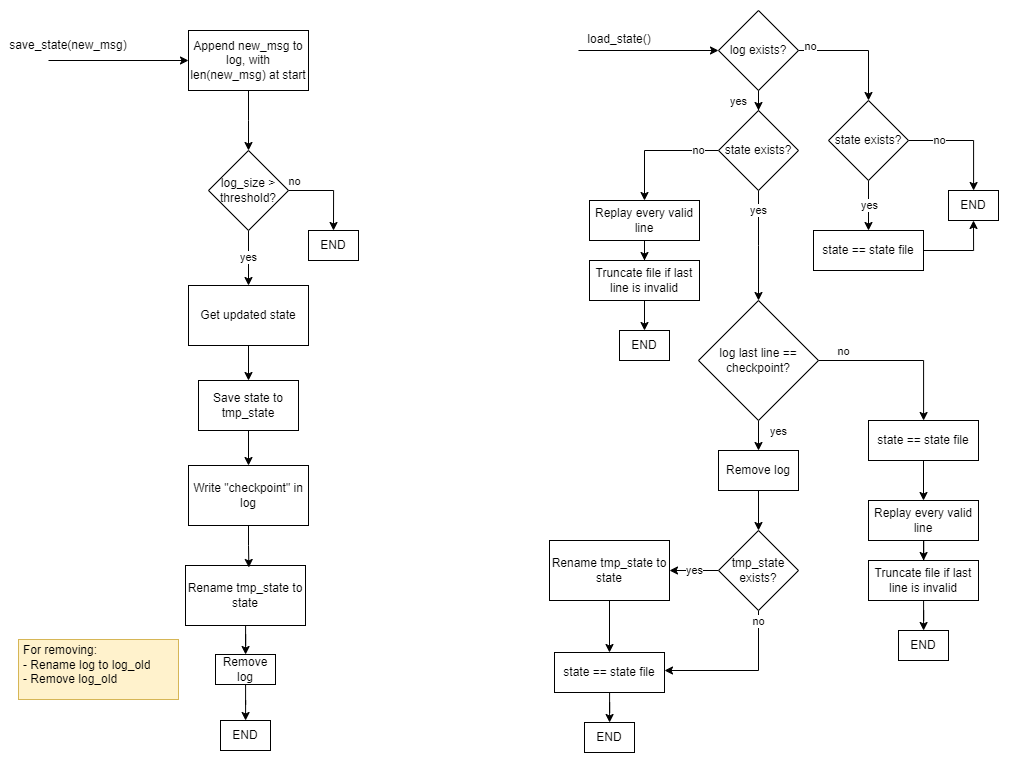
Earlier version of the draw.io export docs/fault_tolerance/checkpointing.png (efoppiano/dist1_tp2). Source tidied: cells renumbered, new cells last; positions are measured from the earlier drawing's top-left corner, leaving out a move shared by most shapes.
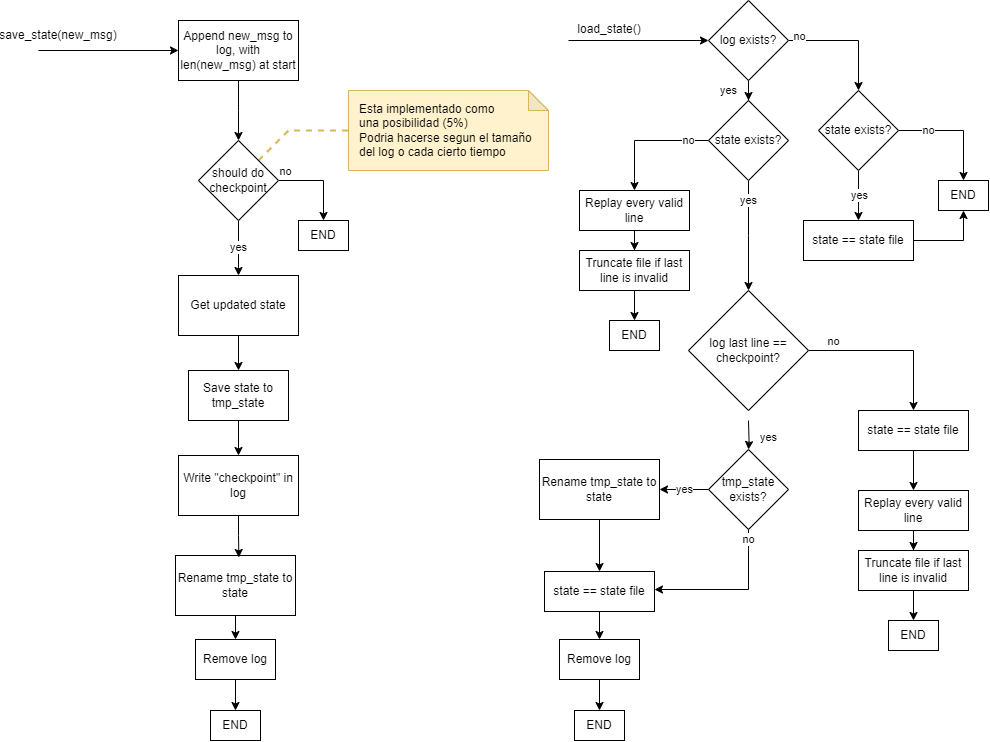
Above is the later version.

Diff of the diagram source:
```diff
@@ -29,7 +29,14 @@
     <mxCell id="8" value="yes" style="edgeStyle=orthogonalEdgeStyle;rounded=0;jettySize=auto;html=1;" parent="1" edge="1" source="9" target="12">
       <mxGeometry relative="1" as="geometry" />
     </mxCell>
+    <mxCell id="65" style="rounded=0;jettySize=auto;html=1;exitX=1;exitY=0;exitDx=0;exitDy=0;fillColor=#fff2cc;strokeColor=#d6b656;endArrow=none;endFill=0;dashed=1;strokeWidth=2;" parent="1" edge="1" source="9" target="72">
+      <mxGeometry relative="1" as="geometry">
+        <Array as="points">
+          <mxPoint x="280" y="130" />
+        </Array>
+      </mxGeometry>
+    </mxCell>
-    <mxCell id="9" value="log_size &amp;gt; threshold?" style="rhombus;whiteSpace=wrap;html=1;" parent="1" vertex="1">
+    <mxCell id="9" value="should do&lt;br&gt;checkpoint" style="rhombus;whiteSpace=wrap;html=1;" parent="1" vertex="1">
       <mxGeometry x="190" y="140" width="80" height="80" as="geometry" />
     </mxCell>
     <mxCell id="10" value="END" style="rounded=0;whiteSpace=wrap;html=1;" parent="1" vertex="1">
@@ -47,18 +54,12 @@
     <mxCell id="14" value="Save state to tmp_state" style="rounded=0;whiteSpace=wrap;html=1;" parent="1" vertex="1">
       <mxGeometry x="180" y="370" width="100" height="50" as="geometry" />
     </mxCell>
-    <mxCell id="15" style="edgeStyle=orthogonalEdgeStyle;rounded=0;jettySize=auto;html=1;" parent="1" edge="1" source="16" target="18">
-      <mxGeometry relative="1" as="geometry" />
-    </mxCell>
+    <mxCell id="66" style="edgeStyle=orthogonalEdgeStyle;rounded=0;jettySize=auto;html=1;" parent="1" edge="1" source="16" target="71">
+      <mxGeometry relative="1" as="geometry" />
+    </mxCell>
     <mxCell id="16" value="Rename tmp_state to state" style="rounded=0;whiteSpace=wrap;html=1;" parent="1" vertex="1">
       <mxGeometry x="167" y="555" width="120" height="60" as="geometry" />
     </mxCell>
-    <mxCell id="17" style="edgeStyle=orthogonalEdgeStyle;rounded=0;jettySize=auto;html=1;" parent="1" edge="1" source="18" target="19">
-      <mxGeometry relative="1" as="geometry" />
-    </mxCell>
-    <mxCell id="18" value="Remove log" style="rounded=0;whiteSpace=wrap;html=1;" parent="1" vertex="1">
-      <mxGeometry x="197" y="644" width="60" height="30" as="geometry" />
-    </mxCell>
     <mxCell id="19" value="END" style="rounded=0;whiteSpace=wrap;html=1;" parent="1" vertex="1">
       <mxGeometry x="202" y="710" width="50" height="30" as="geometry" />
     </mxCell>
@@ -149,8 +150,10 @@
         <mxPoint x="-47" y="-11" as="offset" />
       </mxGeometry>
     </mxCell>
-    <mxCell id="44" value="yes" style="edgeStyle=orthogonalEdgeStyle;rounded=0;jettySize=auto;html=1;" parent="1" edge="1" source="45" target="64">
-      <mxGeometry x="0.2" y="20" relative="1" as="geometry" />
+    <mxCell id="44" value="yes" style="edgeStyle=orthogonalEdgeStyle;rounded=0;jettySize=auto;html=1;" parent="1" edge="1" target="49">
+      <mxGeometry x="0.2" y="20" relative="1" as="geometry">
+        <mxPoint x="740" y="420" as="sourcePoint" />
+      </mxGeometry>
     </mxCell>
     <mxCell id="45" value="log last line == checkpoint?" style="rhombus;whiteSpace=wrap;html=1;" parent="1" vertex="1">
       <mxGeometry x="680" y="290" width="120" height="120" as="geometry" />
@@ -161,7 +164,7 @@
     <mxCell id="47" style="edgeStyle=orthogonalEdgeStyle;rounded=0;jettySize=auto;html=1;" parent="1" edge="1" source="49" target="53">
       <mxGeometry relative="1" as="geometry">
         <Array as="points">
-          <mxPoint x="740" y="660" />
+          <mxPoint x="740" y="589" />
         </Array>
       </mxGeometry>
     </mxCell>
@@ -171,22 +174,22 @@
       </mxGeometry>
     </mxCell>
     <mxCell id="49" value="tmp_state exists?" style="rhombus;whiteSpace=wrap;html=1;" parent="1" vertex="1">
-      <mxGeometry x="700" y="520" width="80" height="80" as="geometry" />
+      <mxGeometry x="700" y="449" width="80" height="80" as="geometry" />
     </mxCell>
     <mxCell id="50" style="edgeStyle=orthogonalEdgeStyle;rounded=0;jettySize=auto;html=1;" parent="1" edge="1" source="51" target="53">
       <mxGeometry relative="1" as="geometry" />
     </mxCell>
     <mxCell id="51" value="Rename tmp_state to state" style="rounded=0;whiteSpace=wrap;html=1;" parent="1" vertex="1">
-      <mxGeometry x="531" y="530" width="120" height="60" as="geometry" />
+      <mxGeometry x="531" y="459" width="120" height="60" as="geometry" />
     </mxCell>
-    <mxCell id="52" style="edgeStyle=orthogonalEdgeStyle;rounded=0;jettySize=auto;html=1;" parent="1" edge="1" source="53" target="54">
-      <mxGeometry relative="1" as="geometry" />
-    </mxCell>
+    <mxCell id="67" style="edgeStyle=orthogonalEdgeStyle;rounded=0;jettySize=auto;html=1;" parent="1" edge="1" source="53" target="69">
+      <mxGeometry relative="1" as="geometry" />
+    </mxCell>
     <mxCell id="53" value="state == state file" style="rounded=0;whiteSpace=wrap;html=1;" parent="1" vertex="1">
-      <mxGeometry x="536" y="642" width="110" height="40" as="geometry" />
+      <mxGeometry x="536" y="571" width="110" height="40" as="geometry" />
     </mxCell>
     <mxCell id="54" value="END" style="rounded=0;whiteSpace=wrap;html=1;" parent="1" vertex="1">
-      <mxGeometry x="566" y="712" width="50" height="30" as="geometry" />
+      <mxGeometry x="566" y="710" width="50" height="30" as="geometry" />
     </mxCell>
     <mxCell id="55" style="edgeStyle=orthogonalEdgeStyle;rounded=0;jettySize=auto;html=1;" parent="1" edge="1" source="56" target="58">
       <mxGeometry relative="1" as="geometry" />
@@ -209,14 +212,20 @@
     <mxCell id="61" value="Truncate file if last line is invalid" style="rounded=0;whiteSpace=wrap;html=1;" parent="1" vertex="1">
       <mxGeometry x="850" y="550" width="110" height="40" as="geometry" />
     </mxCell>
-    <mxCell id="62" value="&lt;div&gt;&lt;br&gt;&lt;/div&gt;&lt;div&gt;For removing:&lt;/div&gt;&lt;div&gt;- Rename log to log_old&lt;/div&gt;&lt;div&gt;- Remove log_old&lt;br&gt;&lt;/div&gt;" style="text;html=1;strokeColor=#d6b656;fillColor=#fff2cc;spacing=5;spacingTop=-20;whiteSpace=wrap;overflow=hidden;rounded=0;" parent="1" vertex="1">
-      <mxGeometry y="629" width="160" height="60" as="geometry" />
-    </mxCell>
-    <mxCell id="63" style="edgeStyle=orthogonalEdgeStyle;rounded=0;jettySize=auto;html=1;" parent="1" edge="1" source="64" target="49">
-      <mxGeometry relative="1" as="geometry" />
-    </mxCell>
-    <mxCell id="64" value="Remove log" style="rounded=0;whiteSpace=wrap;html=1;" parent="1" vertex="1">
-      <mxGeometry x="700" y="440" width="80" height="40" as="geometry" />
-    </mxCell>
+    <mxCell id="68" style="edgeStyle=orthogonalEdgeStyle;rounded=0;jettySize=auto;html=1;" parent="1" edge="1" source="69" target="54">
+      <mxGeometry relative="1" as="geometry" />
+    </mxCell>
+    <mxCell id="69" value="Remove log" style="rounded=0;whiteSpace=wrap;html=1;" parent="1" vertex="1">
+      <mxGeometry x="551" y="639" width="80" height="40" as="geometry" />
+    </mxCell>
+    <mxCell id="70" style="edgeStyle=orthogonalEdgeStyle;rounded=0;jettySize=auto;html=1;" parent="1" edge="1" source="71" target="19">
+      <mxGeometry relative="1" as="geometry" />
+    </mxCell>
+    <mxCell id="71" value="Remove log" style="rounded=0;whiteSpace=wrap;html=1;" parent="1" vertex="1">
+      <mxGeometry x="187" y="639" width="80" height="40" as="geometry" />
+    </mxCell>
+    <mxCell id="72" value="Esta implementado como&lt;br&gt;una posibilidad (5%)&lt;br&gt;Podria hacerse segun el tamaño del log o cada cierto tiempo" style="shape=note;whiteSpace=wrap;html=1;backgroundOutline=1;darkOpacity=0.05;fillColor=#fff2cc;strokeColor=#d6b656;size=20;align=left;spacing=11;" parent="1" vertex="1">
+      <mxGeometry x="340" y="90" width="200" height="80" as="geometry" />
+    </mxCell>
   </root>
 </mxGraphModel>
```
